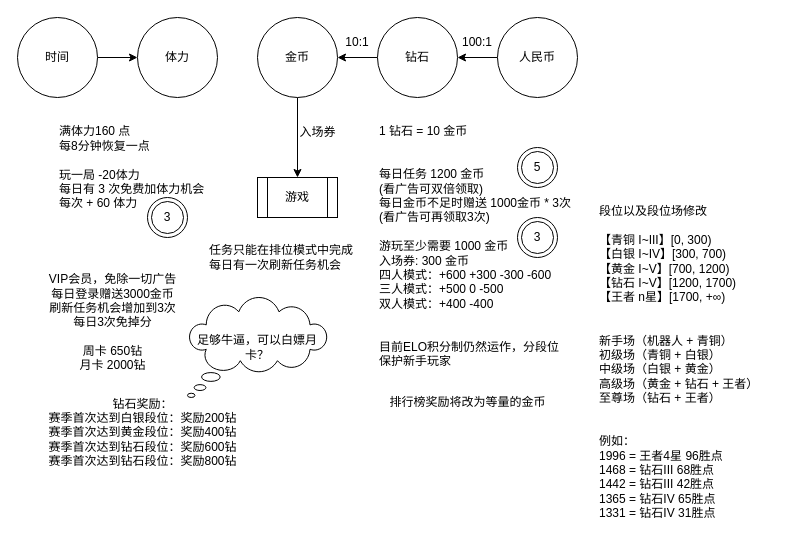
This is 游戏经济系统.drawio from shinoi2/draw.io, a draw.io file, before an edit. Source tidied: cells renumbered, new cells numbered last; positions are measured from the earlier drawing's top-left corner, leaving out a move shared by most shapes. Both pictures are drawn from the tidied source at 100%, with x=0, y=0 at pixel (17, 17).
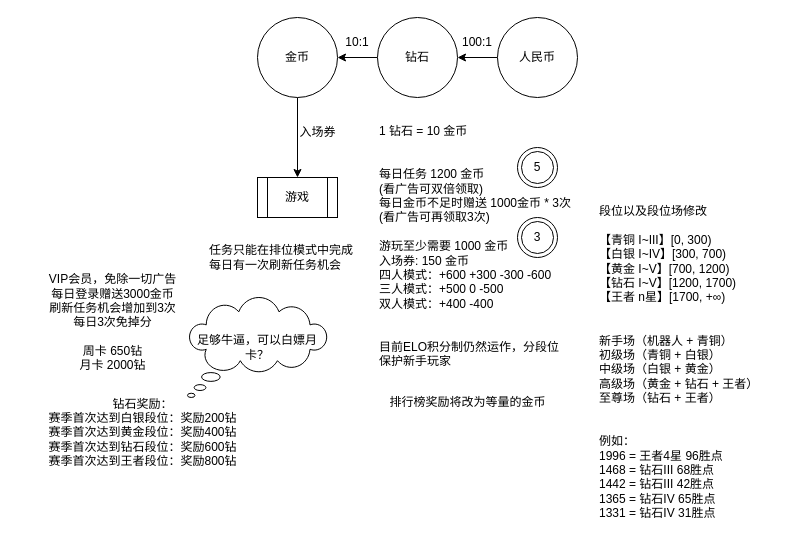
The same diagram, later.

Commit message:
更新游戏经济系统.drawio

Change to the diagram source:
```diff
@@
-    <mxCell id="6" value="体力" style="ellipse;whiteSpace=wrap;html=1;" parent="1" vertex="1">
-      <mxGeometry x="120" width="80" height="80" as="geometry" />
-    </mxCell>
@@
-    <mxCell id="9" style="edgeStyle=orthogonalEdgeStyle;rounded=0;jettySize=auto;html=1;" parent="1" edge="1" source="10" target="6">
-      <mxGeometry relative="1" as="geometry" />
-    </mxCell>
-    <mxCell id="10" value="时间" style="ellipse;whiteSpace=wrap;html=1;" parent="1" vertex="1">
-      <mxGeometry width="80" height="80" as="geometry" />
-    </mxCell>
@@
-    <mxCell id="15" value="1 钻石 = 10 金币&#10;&#10;&#10;每日任务 1200 金币&#10;(看广告可双倍领取)&#10;每日金币不足时赠送 1000金币 * 3次&#10;(看广告可再领取3次)&#10;&#10;游玩至少需要 1000 金币&#10;入场券: 300 金币&#10;四人模式：+600 +300 -300 -600&#10;三人模式：+500 0 -500&#10;双人模式：+400 -400&#10;&#10;&#10;目前ELO积分制仍然运作，分段位&#10;保护新手玩家" style="text;whiteSpace=wrap;" parent="1" vertex="1">
+    <mxCell id="15" value="1 钻石 = 10 金币&#10;&#10;&#10;每日任务 1200 金币&#10;(看广告可双倍领取)&#10;每日金币不足时赠送 1000金币 * 3次&#10;(看广告可再领取3次)&#10;&#10;游玩至少需要 1000 金币&#10;入场券: 150 金币&#10;四人模式：+600 +300 -300 -600&#10;三人模式：+500 0 -500&#10;双人模式：+400 -400&#10;&#10;&#10;目前ELO积分制仍然运作，分段位&#10;保护新手玩家" style="text;whiteSpace=wrap;" parent="1" vertex="1">
       <mxGeometry x="360" y="100" width="195" height="260" as="geometry" />
     </mxCell>
-    <mxCell id="16" value="满体力160 点&lt;br&gt;每8分钟恢复一点&lt;br&gt;&lt;br&gt;玩一局 -20体力&lt;br&gt;每日有 3 次免费加体力机会&lt;br&gt;每次 + 60 体力" style="text;html=1;align=left;verticalAlign=middle;strokeColor=none;fillColor=none;" parent="1" vertex="1">
-      <mxGeometry x="40" y="100" width="170" height="100" as="geometry" />
-    </mxCell>
@@
-    <mxCell id="19" value="3" style="ellipse;shape=doubleEllipse;whiteSpace=wrap;html=1;" parent="1" vertex="1">
-      <mxGeometry x="130" y="180" width="40" height="40" as="geometry" />
-    </mxCell>
@@
-    <mxCell id="24" value="钻石奖励：&lt;br&gt;赛季首次达到白银段位：奖励200钻&lt;br&gt;赛季首次达到黄金段位：奖励400钻&lt;br&gt;赛季首次达到钻石段位：奖励600钻&lt;br&gt;赛季首次达到钻石段位：奖励800钻" style="text;html=1;align=center;verticalAlign=middle;strokeColor=none;fillColor=none;" parent="1" vertex="1">
+    <mxCell id="24" value="钻石奖励：&lt;br&gt;赛季首次达到白银段位：奖励200钻&lt;br&gt;赛季首次达到黄金段位：奖励400钻&lt;br&gt;赛季首次达到钻石段位：奖励600钻&lt;br&gt;赛季首次达到王者段位：奖励800钻" style="text;html=1;align=center;verticalAlign=middle;strokeColor=none;fillColor=none;" parent="1" vertex="1">
       <mxGeometry x="20" y="370" width="210" height="90" as="geometry" />
     </mxCell>
```
